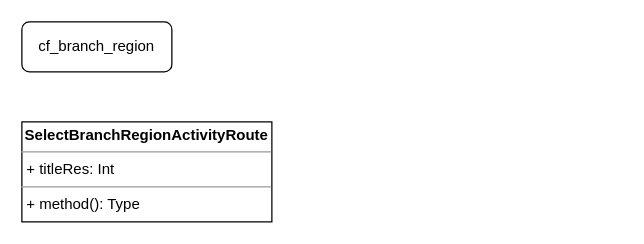
Earlier version of the draw.io diagram UNI-15928.drawio (ShiryaevNikolay/diagrams). Source tidied: cells renumbered, new cells numbered last; positions are measured from the earlier drawing's top-left corner, leaving out a move shared by most shapes. Both pictures are drawn from the tidied source at 125%, with x=0, y=0 at pixel (21, 21).
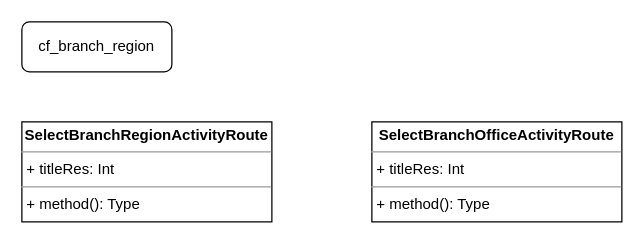
The same page after the edit.

Change to the diagram source:
```diff
@@
 <mxGraphModel>
   <root>
     <mxCell id="0" />
     <mxCell id="1" parent="0" />
     <mxCell id="2" value="cf_branch_region" style="rounded=1;whiteSpace=wrap;html=1;" parent="1" vertex="1">
       <mxGeometry width="120" height="40" as="geometry" />
     </mxCell>
     <mxCell id="3" value="&lt;p style=&quot;margin: 0px ; margin-top: 4px ; text-align: center&quot;&gt;&lt;b&gt;SelectBranchRegionActivityRoute&lt;/b&gt;&lt;/p&gt;&lt;hr size=&quot;1&quot;&gt;&lt;p style=&quot;margin: 0px ; margin-left: 4px&quot;&gt;+ titleRes: Int&lt;br&gt;&lt;/p&gt;&lt;hr size=&quot;1&quot;&gt;&lt;p style=&quot;margin: 0px ; margin-left: 4px&quot;&gt;+ method(): Type&lt;/p&gt;" style="verticalAlign=top;align=left;overflow=fill;fontSize=12;fontFamily=Helvetica;html=1;" parent="1" vertex="1">
       <mxGeometry y="80" width="200" height="80" as="geometry" />
     </mxCell>
+    <mxCell id="4" value="&lt;p style=&quot;margin: 0px ; margin-top: 4px ; text-align: center&quot;&gt;&lt;b&gt;SelectBranchOfficeActivityRoute&lt;/b&gt;&lt;/p&gt;&lt;hr size=&quot;1&quot;&gt;&lt;p style=&quot;margin: 0px ; margin-left: 4px&quot;&gt;+ titleRes: Int&lt;br&gt;&lt;/p&gt;&lt;hr size=&quot;1&quot;&gt;&lt;p style=&quot;margin: 0px ; margin-left: 4px&quot;&gt;+ method(): Type&lt;/p&gt;" style="verticalAlign=top;align=left;overflow=fill;fontSize=12;fontFamily=Helvetica;html=1;" parent="1" vertex="1">
+      <mxGeometry x="280" y="80" width="200" height="80" as="geometry" />
+    </mxCell>
   </root>
 </mxGraphModel>
```
